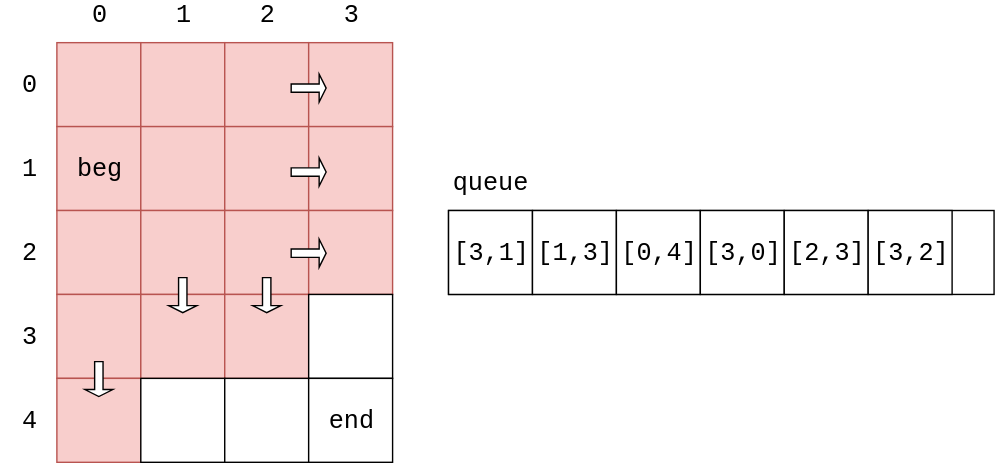
The draw.io diagram docs/Search/res/BreadthFirstSearch11.svg in linrongbin16/way-to-algorithm, before a commit. Source tidied: cells renumbered, new cells last; positions are measured from the earlier drawing's top-left corner, leaving out a move shared by most shapes.
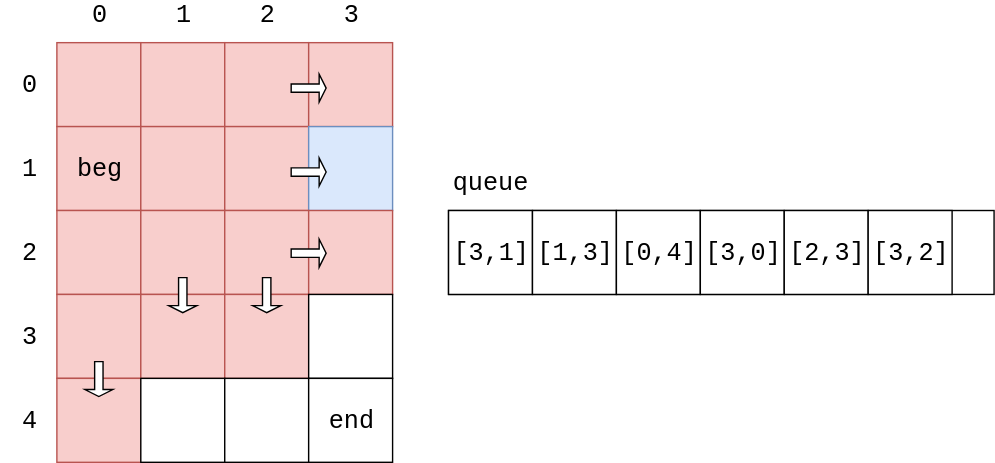
After the change.

Diff of the diagram source:
```diff
@@ -23,7 +23,7 @@
     <mxCell id="8" style="rounded=0;whiteSpace=wrap;html=1;fontFamily=Courier New;fontSize=18;fillColor=#f8cecc;strokeColor=#b85450;shadow=0;" parent="1" vertex="1">
       <mxGeometry x="160" y="90" width="60" height="60" as="geometry" />
     </mxCell>
-    <mxCell id="9" style="rounded=0;whiteSpace=wrap;html=1;fontFamily=Courier New;fontSize=18;fillColor=#f8cecc;strokeColor=#b85450;" parent="1" vertex="1">
+    <mxCell id="9" style="rounded=0;whiteSpace=wrap;html=1;fontFamily=Courier New;fontSize=18;fillColor=#dae8fc;strokeColor=#6c8ebf;" parent="1" vertex="1">
       <mxGeometry x="220" y="90" width="60" height="60" as="geometry" />
     </mxCell>
     <mxCell id="10" style="rounded=0;whiteSpace=wrap;html=1;fontFamily=Courier New;fontSize=18;fillColor=#f8cecc;strokeColor=#b85450;" parent="1" vertex="1">
```
